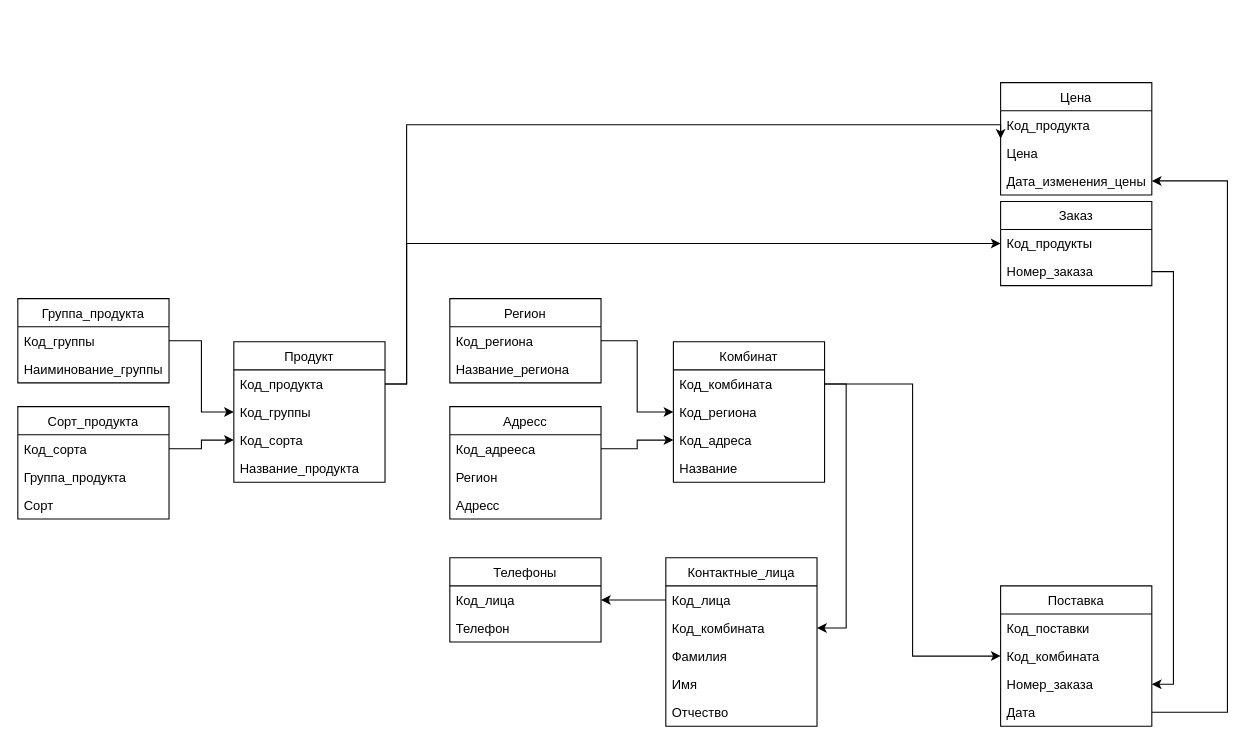
Earlier version of the draw.io diagram Untitled Diagram.drawio (dariga5/Astanin.Teaching_Practice). Source tidied: cells renumbered, new cells numbered last; positions are measured from the earlier drawing's top-left corner, leaving out a move shared by most shapes. Both pictures are drawn from the tidied source at 108%, with x=0, y=0 at pixel (17, 82).
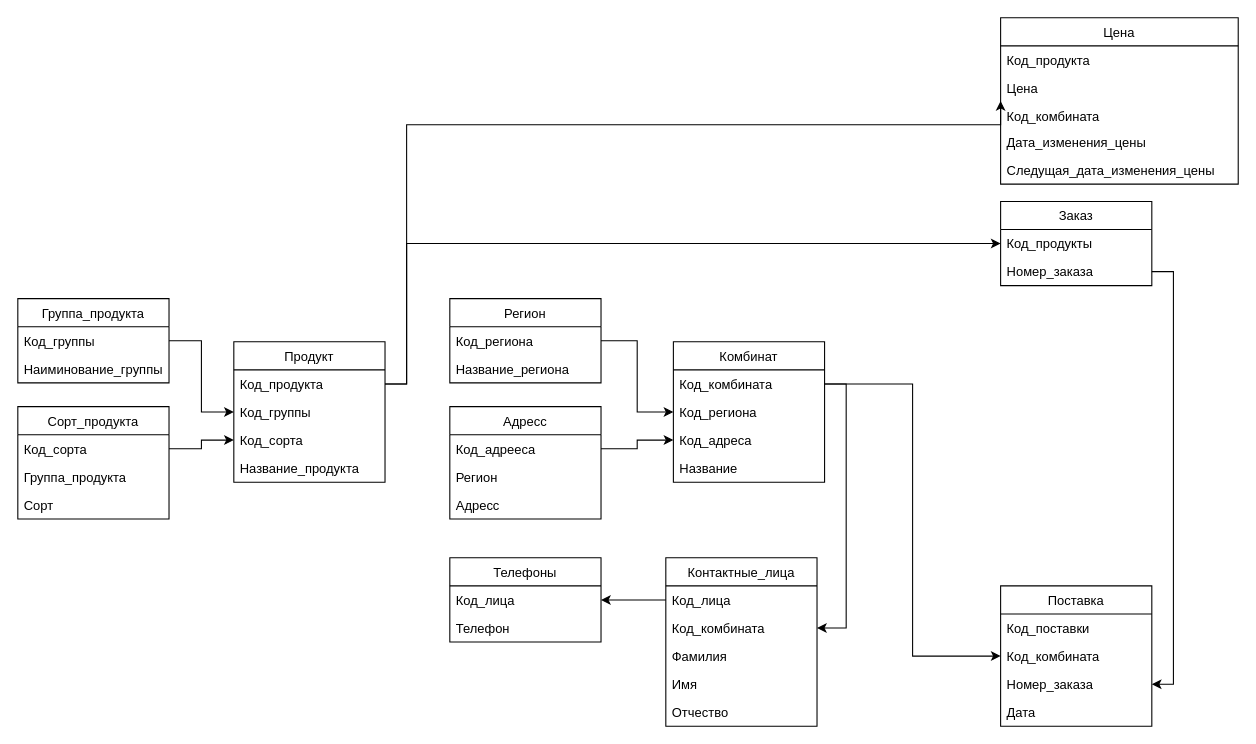
Above is the later version.

Unchanged cells that the change refers to:
```xml
<mxCell id="42" value="Дата" style="text;strokeColor=none;fillColor=none;align=left;verticalAlign=top;spacingLeft=4;spacingRight=4;overflow=hidden;points=[[0,0.5],[1,0.5]];portConstraint=eastwest;" parent="38" vertex="1">
  <mxGeometry y="104" width="140" height="26" as="geometry" />
</mxCell>
```

Diff of the diagram source:
```diff
@@
     <mxCell id="43" value="Цена" style="swimlane;fontStyle=0;horizontal=1;startSize=26;fillColor=none;" parent="1" vertex="1">
-      <mxGeometry x="910" width="140" height="104" as="geometry" />
+      <mxGeometry x="910" y="-60" width="220" height="154" as="geometry" />
     </mxCell>
     <mxCell id="44" value="Код_продукта" style="text;strokeColor=none;fillColor=none;align=left;verticalAlign=top;spacingLeft=4;spacingRight=4;overflow=hidden;" parent="43" vertex="1">
-      <mxGeometry y="26" width="140" height="26" as="geometry" />
+      <mxGeometry y="26" width="220" height="26" as="geometry" />
     </mxCell>
     <mxCell id="45" value="Цена" style="text;strokeColor=none;fillColor=none;align=left;verticalAlign=top;spacingLeft=4;spacingRight=4;overflow=hidden;" parent="43" vertex="1">
-      <mxGeometry y="52" width="140" height="26" as="geometry" />
+      <mxGeometry y="52" width="220" height="26" as="geometry" />
     </mxCell>
+    <mxCell id="58" value="Код_комбината" style="text;strokeColor=none;fillColor=none;align=left;verticalAlign=top;spacingLeft=4;spacingRight=4;overflow=hidden;" parent="43" vertex="1">
+      <mxGeometry y="78" width="220" height="24" as="geometry" />
+    </mxCell>
     <mxCell id="46" value="Дата_изменения_цены" style="text;strokeColor=none;fillColor=none;align=left;verticalAlign=top;spacingLeft=4;spacingRight=4;overflow=hidden;points=[[0,0.5],[1,0.5]];portConstraint=eastwest;" parent="43" vertex="1">
-      <mxGeometry y="78" width="140" height="26" as="geometry" />
+      <mxGeometry y="102" width="220" height="26" as="geometry" />
     </mxCell>
+    <mxCell id="59" value="Следущая_дата_изменения_цены" style="text;strokeColor=none;fillColor=none;align=left;verticalAlign=top;spacingLeft=4;spacingRight=4;overflow=hidden;" parent="43" vertex="1">
+      <mxGeometry y="128" width="220" height="26" as="geometry" />
+    </mxCell>
@@
-    <mxCell id="57" style="edgeStyle=orthogonalEdgeStyle;rounded=0;jettySize=auto;html=1;exitX=1;exitY=0.5;exitDx=0;exitDy=0;entryX=1;entryY=0.5;entryDx=0;entryDy=0;" parent="1" edge="1" source="42" target="46">
-      <mxGeometry relative="1" as="geometry">
-        <Array as="points">
-          <mxPoint x="1120" y="583" />
-          <mxPoint x="1120" y="91" />
-        </Array>
-      </mxGeometry>
-    </mxCell>
```
